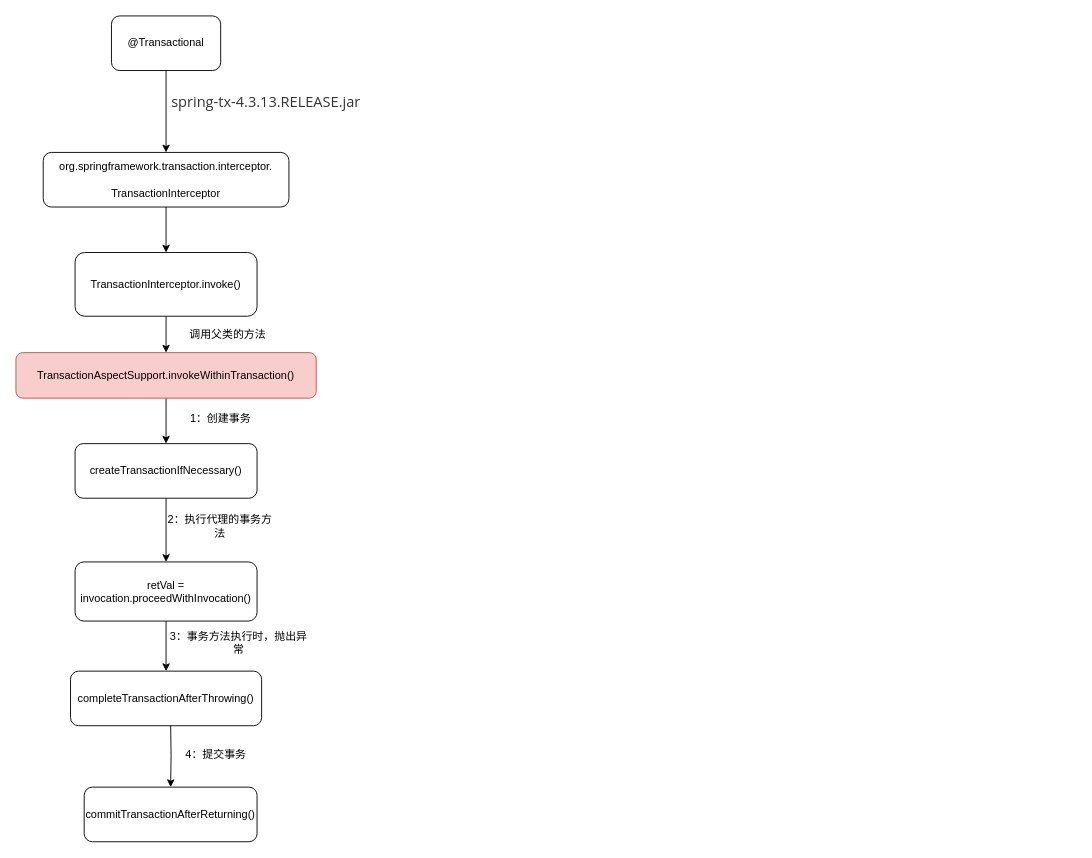
chenshuai1995/a-imgs keeps this draw.io diagram as 微服务/分布式事务/Spring事务源码剖析.drawio. Above is the earlier version. Source tidied: cells renumbered, new cells numbered last; positions are measured from the earlier drawing's top-left corner, leaving out a move shared by most shapes. Both pictures are drawn from the tidied source at 91%, with x=0, y=0 at pixel (15, 15).
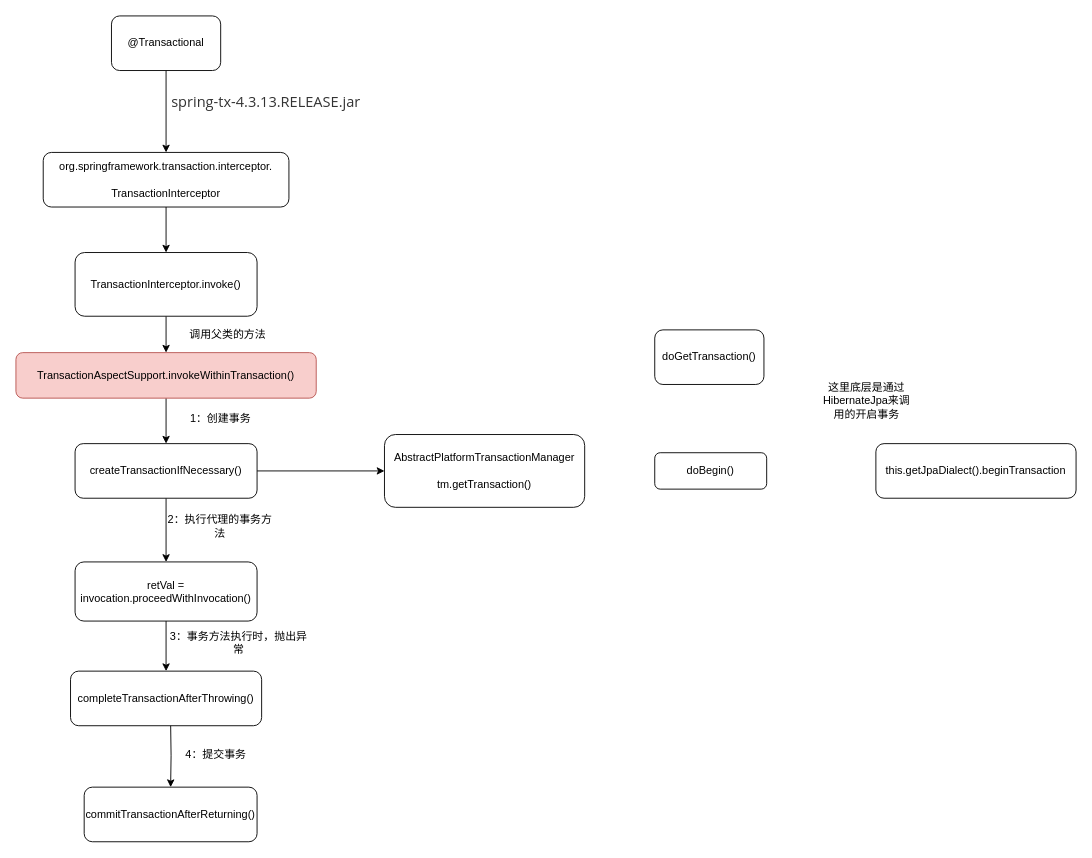
After the change.

Commit message (it also covers changes not shown here):
更新Spring事务源码剖析.drawio

Unchanged cells that the change refers to:
```xml
<mxCell id="12" value="createTransactionIfNecessary()" style="rounded=1;whiteSpace=wrap;html=1;" parent="1" vertex="1">
  <mxGeometry x="65" y="470" width="200" height="60" as="geometry" />
</mxCell>
```

Change to the diagram source:
```diff
@@
+    <mxCell id="23" style="edgeStyle=orthogonalEdgeStyle;rounded=0;jettySize=auto;html=1;" parent="1" edge="1" source="12" target="24">
+      <mxGeometry relative="1" as="geometry" />
+    </mxCell>
@@
+    <mxCell id="24" value="AbstractPlatformTransactionManager&lt;br&gt;&lt;br&gt;tm.getTransaction()" style="rounded=1;whiteSpace=wrap;html=1;" parent="1" vertex="1">
+      <mxGeometry x="405" y="460" width="220" height="80" as="geometry" />
+    </mxCell>
+    <mxCell id="25" value="doGetTransaction()" style="rounded=1;whiteSpace=wrap;html=1;" parent="1" vertex="1">
+      <mxGeometry x="702" y="345" width="120" height="60" as="geometry" />
+    </mxCell>
+    <mxCell id="26" value="doBegin()" style="rounded=1;whiteSpace=wrap;html=1;" parent="1" vertex="1">
+      <mxGeometry x="702" y="480" width="123" height="40" as="geometry" />
+    </mxCell>
+    <mxCell id="27" value="this.getJpaDialect().beginTransaction" style="rounded=1;whiteSpace=wrap;html=1;" parent="1" vertex="1">
+      <mxGeometry x="945" y="470" width="220" height="60" as="geometry" />
+    </mxCell>
+    <mxCell id="28" value="这里底层是通过HibernateJpa来调用的开启事务" style="text;html=1;strokeColor=none;fillColor=none;align=center;verticalAlign=middle;whiteSpace=wrap;rounded=0;" parent="1" vertex="1">
+      <mxGeometry x="885" y="405" width="100" height="35" as="geometry" />
+    </mxCell>
```
